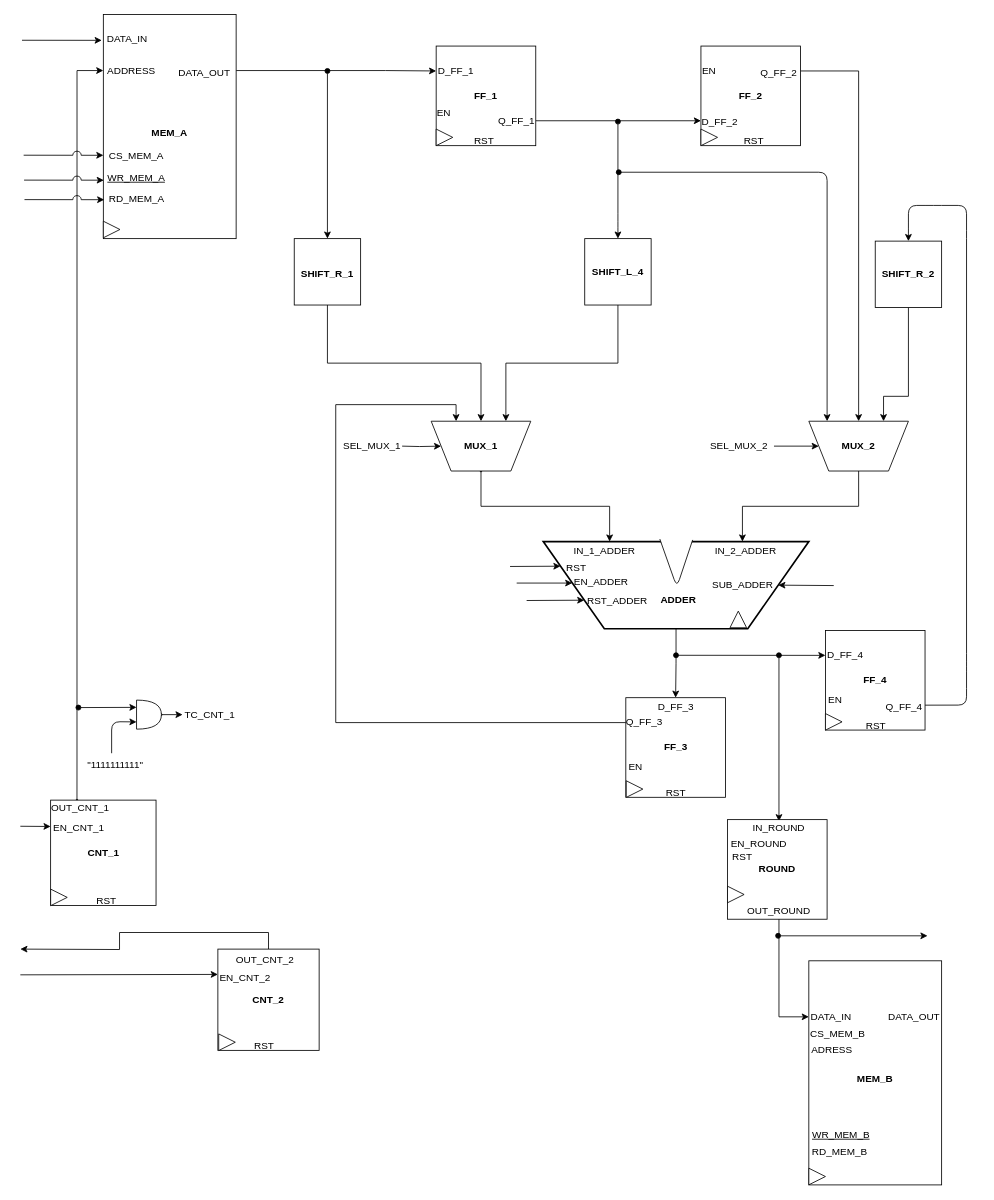
Above: lab6/Datapath.drawio in leobel96/Polito-ESD-NeuralNetwork (draw.io), before the change. Source tidied: cells renumbered, new cells numbered last; positions are measured from the earlier drawing's top-left corner, leaving out a move shared by most shapes. Both pictures are drawn from the tidied source at 83%, with x=0, y=0 at pixel (20, 14).
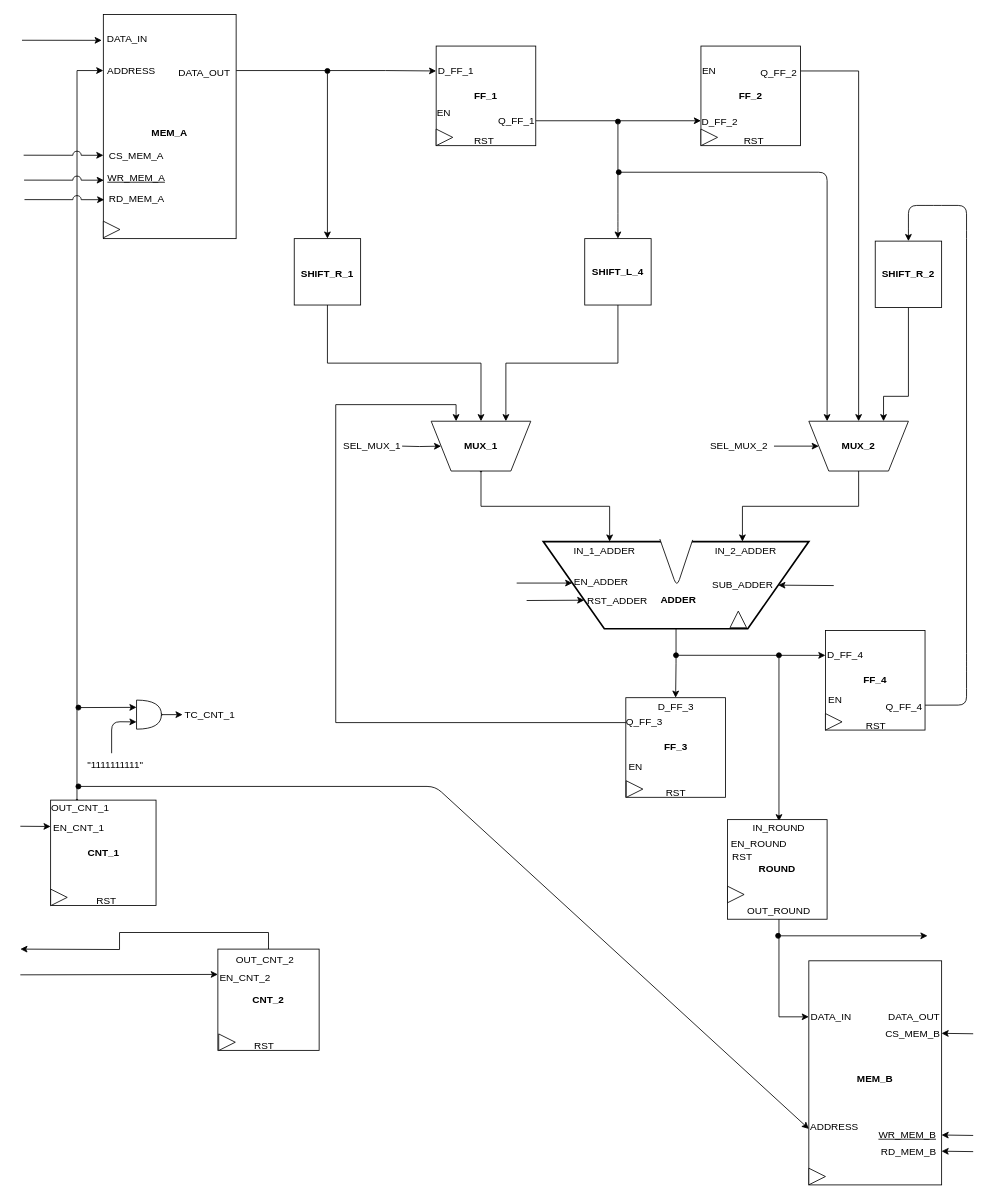
The same page after the edit.

Unchanged cells that the change refers to:
```xml
<mxCell id="3" style="verticalLabelPosition=bottom;verticalAlign=top;html=1;strokeWidth=2;shape=trapezoid;perimeter=trapezoidPerimeter;whiteSpace=wrap;size=0.23;arcSize=10;flipV=1;" parent="1" vertex="1">
  <mxGeometry x="630" y="635" width="320" height="105" as="geometry" />
</mxCell>
<mxCell id="68" value="&lt;b&gt;&lt;br&gt;MEM_B&lt;/b&gt;" style="rounded=0;whiteSpace=wrap;html=1;" parent="1" vertex="1">
  <mxGeometry x="950" y="1140.1" width="160" height="270" as="geometry" />
</mxCell>
```

Change to the diagram source:
```diff
@@
     <mxCell id="71" value="RD_MEM_B" style="text;html=1;strokeColor=none;fillColor=none;align=center;verticalAlign=middle;whiteSpace=wrap;rounded=0;" parent="1" vertex="1">
-      <mxGeometry x="950.2" y="1360" width="75" height="20" as="geometry" />
+      <mxGeometry x="1032.7" y="1360" width="75" height="20" as="geometry" />
     </mxCell>
     <mxCell id="72" value="CS_MEM_B" style="text;html=1;strokeColor=none;fillColor=none;align=center;verticalAlign=middle;whiteSpace=wrap;rounded=0;" parent="1" vertex="1">
-      <mxGeometry x="965" y="1218" width="40" height="20" as="geometry" />
+      <mxGeometry x="1042.5" y="1218" width="65" height="20" as="geometry" />
     </mxCell>
     <mxCell id="73" value="&lt;u&gt;WR_MEM_B&lt;/u&gt;" style="text;html=1;strokeColor=none;fillColor=none;align=center;verticalAlign=middle;whiteSpace=wrap;rounded=0;" parent="1" vertex="1">
-      <mxGeometry x="959" y="1339.8" width="60" height="20" as="geometry" />
+      <mxGeometry x="1034" y="1340" width="70" height="20" as="geometry" />
     </mxCell>
-    <mxCell id="74" value="ADRESS" style="text;html=1;strokeColor=none;fillColor=none;align=center;verticalAlign=middle;whiteSpace=wrap;rounded=0;" parent="1" vertex="1">
-      <mxGeometry x="958" y="1238" width="40" height="20" as="geometry" />
+    <mxCell id="74" value="ADDRESS" style="text;html=1;strokeColor=none;fillColor=none;align=center;verticalAlign=middle;whiteSpace=wrap;rounded=0;" parent="1" vertex="1">
+      <mxGeometry x="955" y="1330" width="52" height="20" as="geometry" />
     </mxCell>
@@
-    <mxCell id="95" value="RST" style="text;html=1;align=left;verticalAlign=top;spacingTop=-4;" parent="1" vertex="1">
-      <mxGeometry x="656" y="657" width="40" height="10" as="geometry" />
-    </mxCell>
@@
-    <mxCell id="104" style="endArrow=classic;html=1;entryX=0;entryY=0.25;entryDx=0;entryDy=0;" parent="1" edge="1" target="3">
-      <mxGeometry relative="1" as="geometry">
-        <mxPoint x="590" y="665" as="sourcePoint" />
-      </mxGeometry>
-    </mxCell>
@@
+    <mxCell id="118" style="endArrow=classic;html=1;entryX=0;entryY=0.75;entryDx=0;entryDy=0;startArrow=oval;startFill=1;" parent="1" edge="1" target="68">
+      <mxGeometry relative="1" as="geometry">
+        <mxPoint x="70" y="930" as="sourcePoint" />
+        <Array as="points">
+          <mxPoint x="500" y="930" />
+        </Array>
+      </mxGeometry>
+    </mxCell>
+    <mxCell id="119" style="endArrow=classic;html=1;entryX=1.012;entryY=0.779;entryDx=0;entryDy=0;entryPerimeter=0;" parent="1" edge="1">
+      <mxGeometry relative="1" as="geometry">
+        <mxPoint x="1148" y="1370" as="sourcePoint" />
+        <mxPoint x="1109.9" y="1369.5" as="targetPoint" />
+      </mxGeometry>
+    </mxCell>
+    <mxCell id="120" style="endArrow=classic;html=1;entryX=1.012;entryY=0.779;entryDx=0;entryDy=0;entryPerimeter=0;" parent="1" edge="1">
+      <mxGeometry relative="1" as="geometry">
+        <mxPoint x="1148" y="1350.5" as="sourcePoint" />
+        <mxPoint x="1109.9" y="1350" as="targetPoint" />
+      </mxGeometry>
+    </mxCell>
+    <mxCell id="121" style="endArrow=classic;html=1;entryX=1.012;entryY=0.779;entryDx=0;entryDy=0;entryPerimeter=0;" parent="1" edge="1">
+      <mxGeometry relative="1" as="geometry">
+        <mxPoint x="1148" y="1228" as="sourcePoint" />
+        <mxPoint x="1109.9" y="1227.5" as="targetPoint" />
+      </mxGeometry>
+    </mxCell>
```
